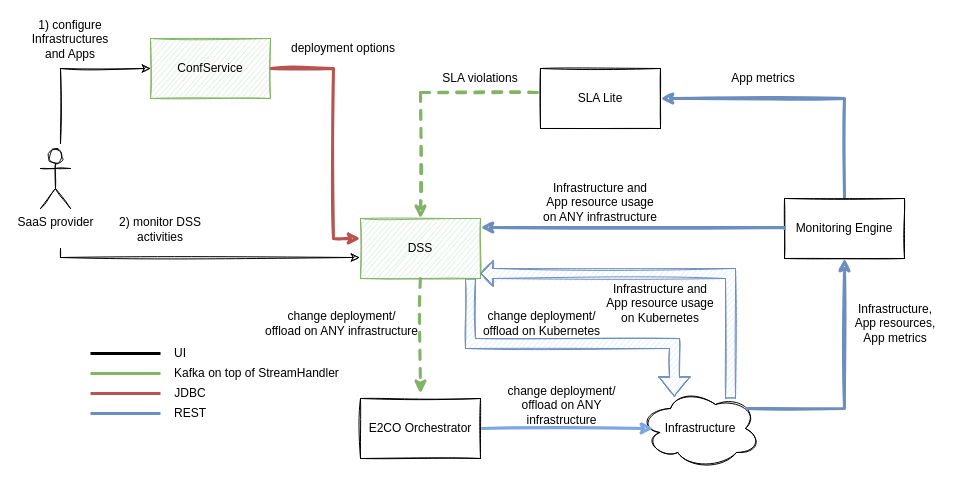
redblade/confservicedss keeps this draw.io diagram as doc/architecture/confservice_dss.drawio. Above is the earlier version. Source tidied: cells renumbered, new cells numbered last; positions are measured from the earlier drawing's top-left corner, leaving out a move shared by most shapes. Both pictures are drawn from the tidied source at 100%, with x=0, y=0 at pixel (20, 38).
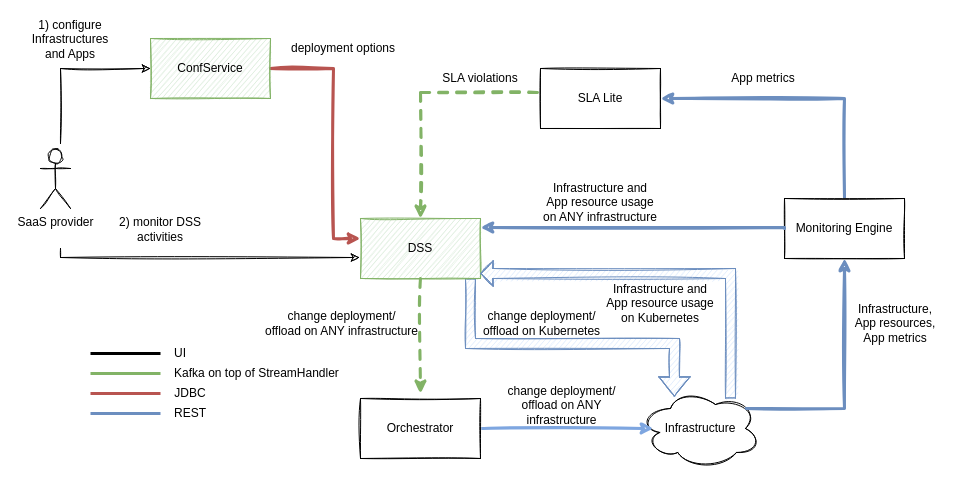
After the change.

Diff of the diagram source:
```diff
@@
-    <mxCell id="24" value="E2CO Orchestrator" style="rounded=0;whiteSpace=wrap;html=1;sketch=1;" parent="1" vertex="1">
+    <mxCell id="24" value="Orchestrator" style="rounded=0;whiteSpace=wrap;html=1;sketch=1;" parent="1" vertex="1">
       <mxGeometry x="340" y="360" width="120" height="60" as="geometry" />
     </mxCell>
```
